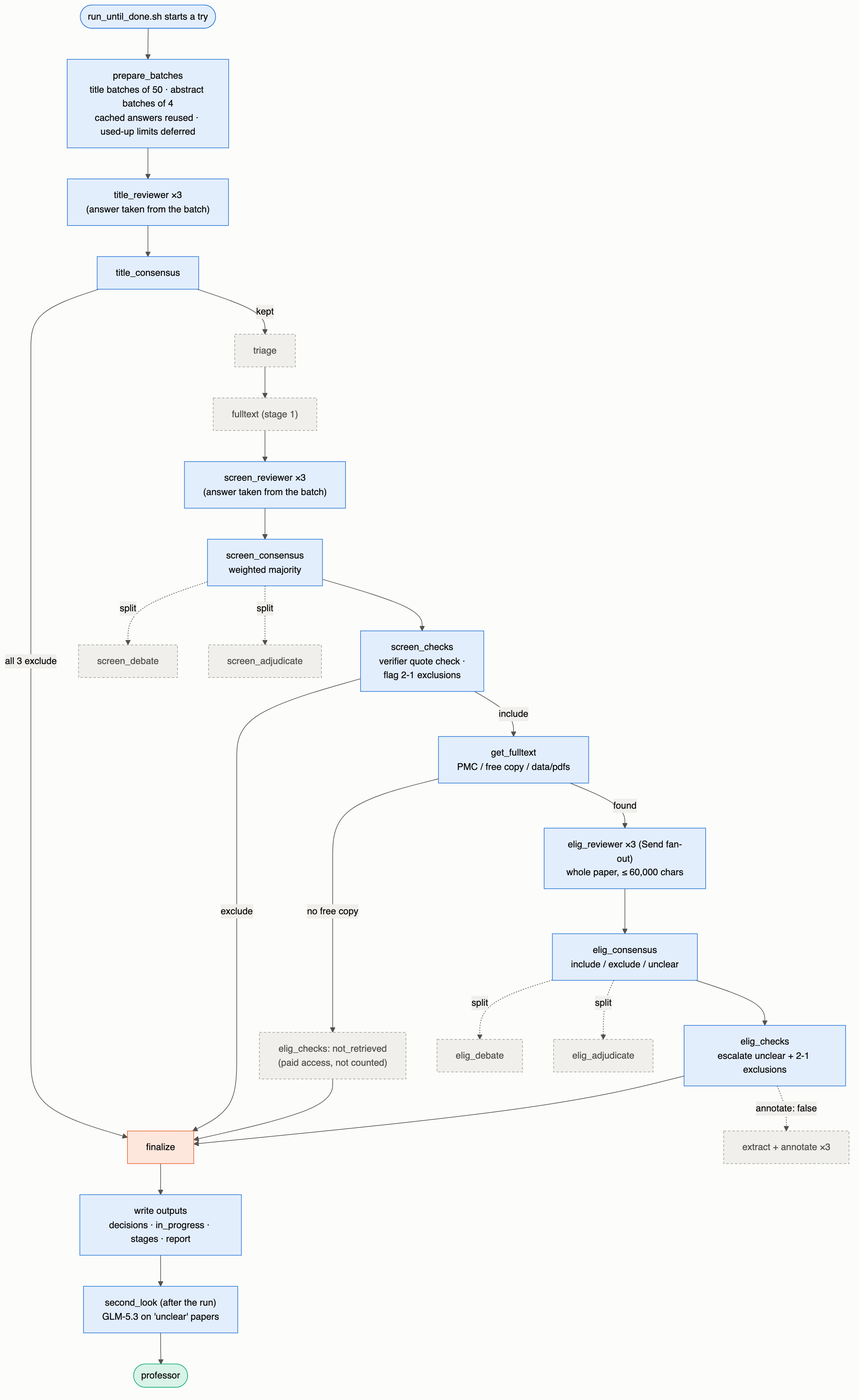
Before: docs/diagrams/pipeline-as-run.png, a diagram exported from Mermaid (iUtsa/adrd-multiagent-review). Its source is kept beside it as docs/diagrams/src/pipeline-as-run.mmd.
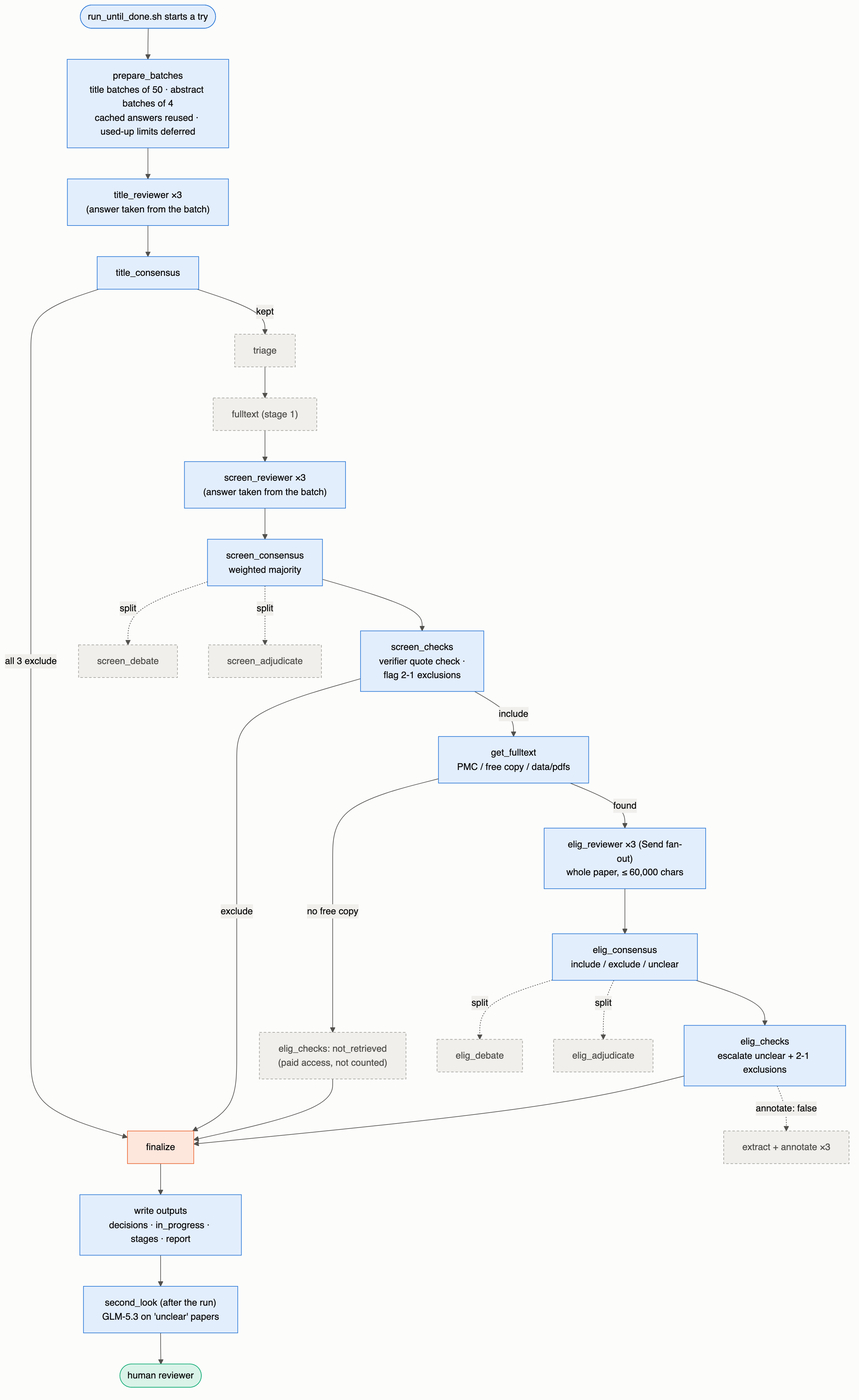
After the change.

The edit, as a diff of the source:
```diff
@@ -23,4 +23,4 @@
     ECH --> FIN
     ECH -. annotate: false .-> EX["extract + annotate ×3"]:::off
     FIN --> SAVE["write outputs<br/>decisions · in_progress · stages · report"]:::used
-    SAVE --> SL["second_look (after the run)<br/>GLM-5.3 on 'unclear' papers"]:::used --> PROF(["professor"]):::prof
+    SAVE --> SL["second_look (after the run)<br/>GLM-5.3 on 'unclear' papers"]:::used --> PROF(["human reviewer"]):::prof
```
